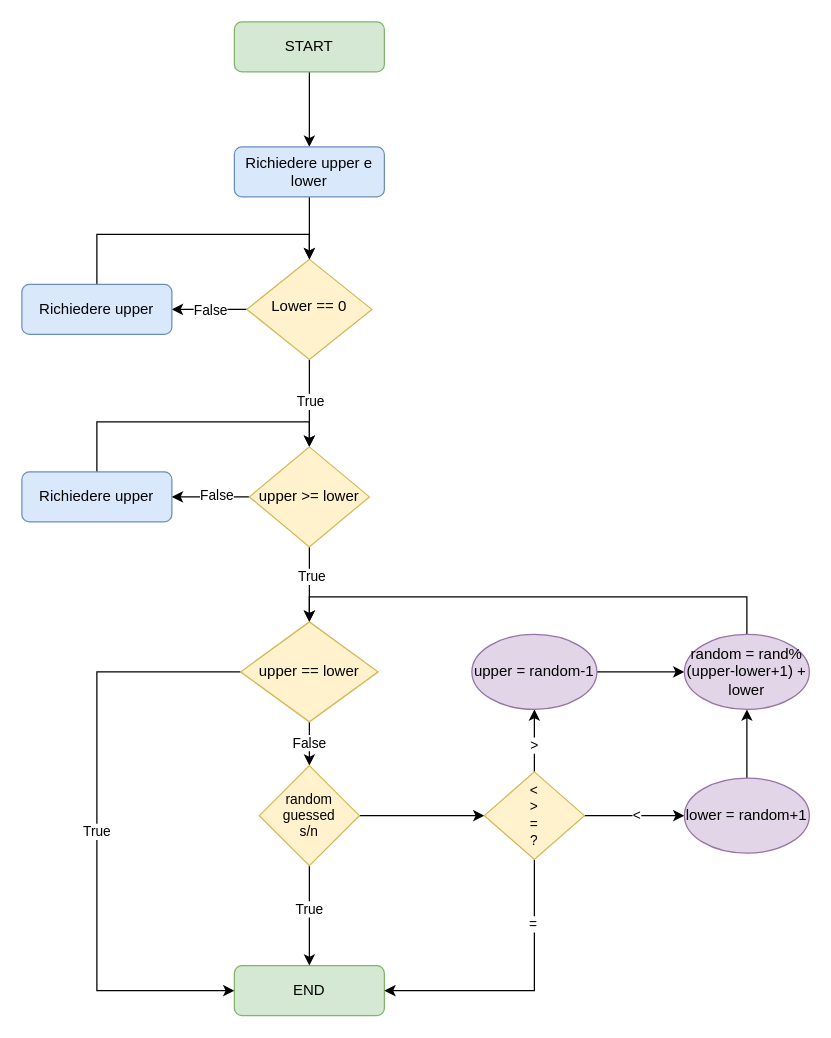
Before: sergioooooo.drawio in Fedda17/Flowchart, a draw.io diagram. Source tidied: cells renumbered, new cells numbered last; positions are measured from the earlier drawing's top-left corner, leaving out a move shared by most shapes. Both pictures are drawn from the tidied source at 125%, with x=0, y=0 at pixel (21, 21).
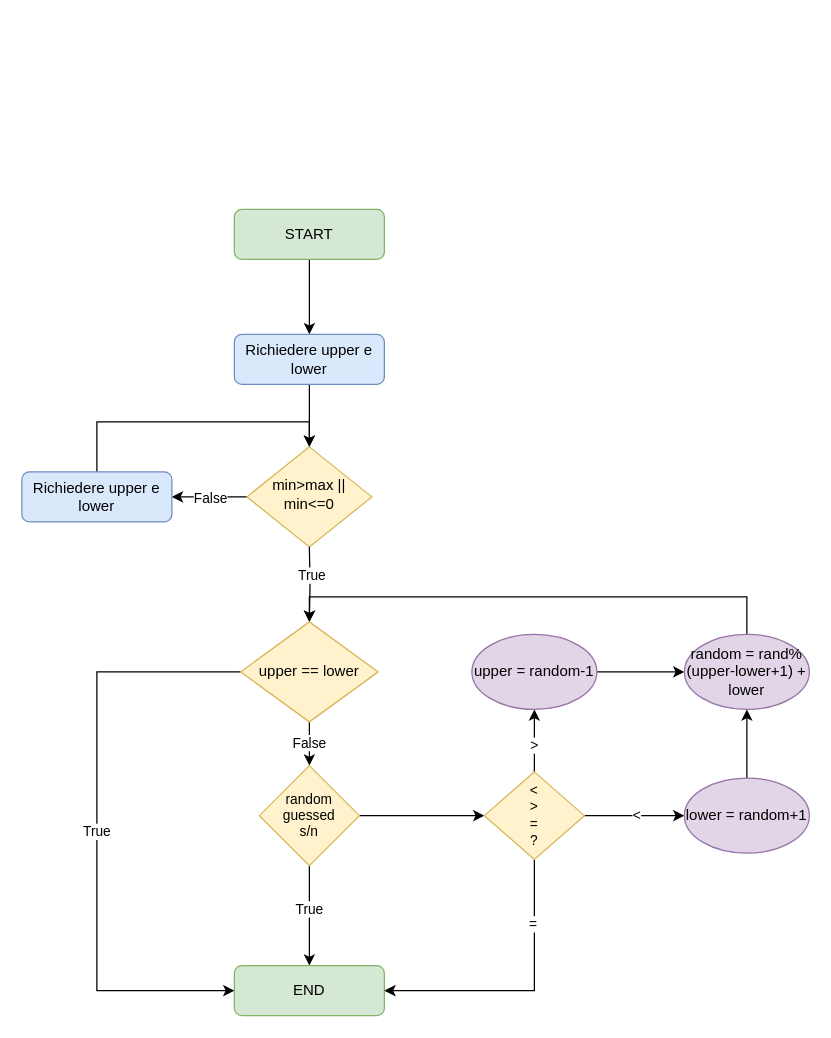
Above is the later version.

Unchanged cells that the change refers to:
```xml
<mxCell id="21" value="upper == lower" style="rhombus;whiteSpace=wrap;html=1;fontSize=12;fillColor=#fff2cc;strokeColor=#d6b656;" parent="1" vertex="1">
  <mxGeometry x="175" y="480" width="110" height="80" as="geometry" />
</mxCell>
```

Diff of the diagram source:
```diff
@@
     <mxCell id="3" value="START" style="rounded=1;whiteSpace=wrap;html=1;fontSize=12;glass=0;strokeWidth=1;shadow=0;fillColor=#d5e8d4;strokeColor=#82b366;" parent="1" vertex="1">
-      <mxGeometry x="170" width="120" height="40" as="geometry" />
+      <mxGeometry x="170" y="150" width="120" height="40" as="geometry" />
     </mxCell>
-    <mxCell id="4" style="edgeStyle=orthogonalEdgeStyle;rounded=0;jettySize=auto;html=1;exitX=0.5;exitY=1;exitDx=0;exitDy=0;entryX=0.5;entryY=0;entryDx=0;entryDy=0;" parent="1" edge="1" source="8" target="16">
-      <mxGeometry relative="1" as="geometry" />
-    </mxCell>
-    <mxCell id="5" value="True" style="edgeLabel;html=1;align=center;verticalAlign=middle;" parent="4" vertex="1">
-      <mxGeometry x="-0.06" relative="1" as="geometry" />
-    </mxCell>
     <mxCell id="6" style="edgeStyle=orthogonalEdgeStyle;rounded=0;jettySize=auto;html=1;exitX=0;exitY=0.5;exitDx=0;exitDy=0;entryX=1;entryY=0.5;entryDx=0;entryDy=0;" parent="1" edge="1" source="8">
       <mxGeometry relative="1" as="geometry">
-        <mxPoint x="120" y="230" as="targetPoint" />
+        <mxPoint x="120" y="380" as="targetPoint" />
       </mxGeometry>
     </mxCell>
@@
-    <mxCell id="8" value="Lower == 0" style="rhombus;whiteSpace=wrap;html=1;shadow=0;fontFamily=Helvetica;fontSize=12;align=center;strokeWidth=1;spacing=6;spacingTop=-4;fillColor=#fff2cc;strokeColor=#d6b656;" parent="1" vertex="1">
-      <mxGeometry x="180" y="190" width="100" height="80" as="geometry" />
+    <mxCell id="8" value="min&amp;gt;max || min&amp;lt;=0" style="rhombus;whiteSpace=wrap;html=1;shadow=0;fontFamily=Helvetica;fontSize=12;align=center;strokeWidth=1;spacing=6;spacingTop=-4;fillColor=#fff2cc;strokeColor=#d6b656;" parent="1" vertex="1">
+      <mxGeometry x="180" y="340" width="100" height="80" as="geometry" />
     </mxCell>
@@
-    <mxCell id="10" style="edgeStyle=orthogonalEdgeStyle;rounded=0;jettySize=auto;html=1;exitX=0.5;exitY=0;exitDx=0;exitDy=0;entryX=0.5;entryY=0;entryDx=0;entryDy=0;" parent="1" edge="1" source="11" target="16">
-      <mxGeometry relative="1" as="geometry" />
-    </mxCell>
-    <mxCell id="11" value="Richiedere upper" style="rounded=1;whiteSpace=wrap;html=1;fontSize=12;glass=0;strokeWidth=1;shadow=0;fillColor=#dae8fc;strokeColor=#6c8ebf;" parent="1" vertex="1">
-      <mxGeometry y="360" width="120" height="40" as="geometry" />
-    </mxCell>
-    <mxCell id="12" style="edgeStyle=orthogonalEdgeStyle;rounded=0;jettySize=auto;html=1;exitX=0;exitY=0.5;exitDx=0;exitDy=0;entryX=1;entryY=0.5;entryDx=0;entryDy=0;" parent="1" edge="1" source="16" target="11">
-      <mxGeometry relative="1" as="geometry">
-        <Array as="points">
-          <mxPoint x="150" y="380" />
-          <mxPoint x="150" y="380" />
-        </Array>
-      </mxGeometry>
-    </mxCell>
-    <mxCell id="13" value="False" style="edgeLabel;html=1;align=center;verticalAlign=middle;" parent="12" vertex="1">
-      <mxGeometry x="-0.12" y="-2" relative="1" as="geometry" />
-    </mxCell>
-    <mxCell id="14" style="edgeStyle=orthogonalEdgeStyle;rounded=0;jettySize=auto;html=1;exitX=0.5;exitY=1;exitDx=0;exitDy=0;entryX=0.5;entryY=0;entryDx=0;entryDy=0;" parent="1" edge="1" source="16" target="21">
-      <mxGeometry relative="1" as="geometry" />
+    <mxCell id="14" style="edgeStyle=orthogonalEdgeStyle;rounded=0;jettySize=auto;html=1;exitX=0.5;exitY=1;exitDx=0;exitDy=0;entryX=0.5;entryY=0;entryDx=0;entryDy=0;" parent="1" edge="1" target="21">
+      <mxGeometry relative="1" as="geometry">
+        <mxPoint x="230" y="420" as="sourcePoint" />
+      </mxGeometry>
     </mxCell>
@@
-    <mxCell id="16" value="upper &amp;gt;= lower" style="rhombus;whiteSpace=wrap;html=1;fillColor=#fff2cc;strokeColor=#d6b656;" parent="1" vertex="1">
-      <mxGeometry x="182" y="340" width="96" height="80" as="geometry" />
-    </mxCell>
@@
-    <mxCell id="34" value="Richiedere upper" style="rounded=1;whiteSpace=wrap;html=1;fontSize=12;glass=0;strokeWidth=1;shadow=0;fillColor=#dae8fc;strokeColor=#6c8ebf;" parent="1" vertex="1">
-      <mxGeometry y="210" width="120" height="40" as="geometry" />
+    <mxCell id="34" value="Richiedere upper e lower" style="rounded=1;whiteSpace=wrap;html=1;fontSize=12;glass=0;strokeWidth=1;shadow=0;fillColor=#dae8fc;strokeColor=#6c8ebf;" parent="1" vertex="1">
+      <mxGeometry y="360" width="120" height="40" as="geometry" />
     </mxCell>
@@
     <mxCell id="36" value="Richiedere upper e lower" style="rounded=1;whiteSpace=wrap;html=1;fontSize=12;glass=0;strokeWidth=1;shadow=0;fillColor=#dae8fc;strokeColor=#6c8ebf;" parent="1" vertex="1">
-      <mxGeometry x="170" y="100" width="120" height="40" as="geometry" />
+      <mxGeometry x="170" y="250" width="120" height="40" as="geometry" />
     </mxCell>
```
